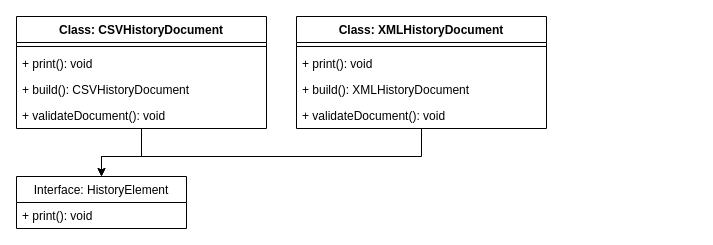
The draw.io diagram page "OCP-2" (5 of 15) of file/ASE_Diagramme.drawio in Nilsksk/Costtracker, before the edit. Source tidied: cells renumbered, new cells numbered last; positions are measured from the earlier drawing's top-left corner, leaving out a move shared by most shapes. Both pictures are drawn from the tidied source at 100%, with x=0, y=0 at pixel (16, 16).
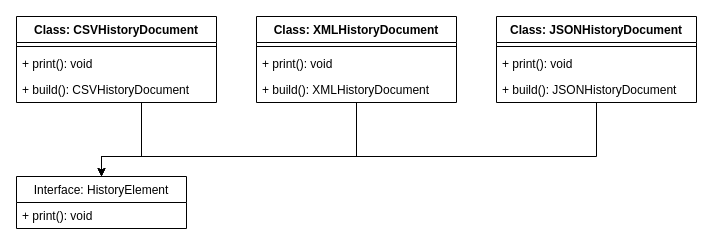
The same page after the edit.

The change refers to these unchanged cells:
```xml
<mxCell id="8" value="Interface: HistoryElement" style="swimlane;fontStyle=0;horizontal=1;startSize=26;fillColor=none;" parent="1" vertex="1">
  <mxGeometry y="160" width="170" height="52" as="geometry" />
</mxCell>
```

What changed in the source:
```diff
@@
     <mxCell id="3" value="Class: CSVHistoryDocument" style="swimlane;fontStyle=1;align=center;verticalAlign=top;horizontal=1;startSize=26;" parent="1" vertex="1">
-      <mxGeometry width="250" height="112" as="geometry" />
+      <mxGeometry width="200" height="86" as="geometry" />
     </mxCell>
     <mxCell id="4" style="line;strokeWidth=1;fillColor=none;align=left;verticalAlign=middle;spacingTop=-1;spacingLeft=3;spacingRight=3;labelPosition=right;" parent="3" vertex="1">
-      <mxGeometry y="26" width="250" height="8" as="geometry" />
+      <mxGeometry y="26" width="200" height="8" as="geometry" />
     </mxCell>
     <mxCell id="5" value="+ print(): void" style="text;strokeColor=none;fillColor=none;align=left;verticalAlign=top;spacingLeft=4;spacingRight=4;overflow=hidden;" parent="3" vertex="1">
-      <mxGeometry y="34" width="250" height="26" as="geometry" />
+      <mxGeometry y="34" width="200" height="26" as="geometry" />
     </mxCell>
     <mxCell id="6" value="+ build(): CSVHistoryDocument" style="text;strokeColor=none;fillColor=none;align=left;verticalAlign=top;spacingLeft=4;spacingRight=4;overflow=hidden;" parent="3" vertex="1">
-      <mxGeometry y="60" width="250" height="26" as="geometry" />
+      <mxGeometry y="60" width="200" height="26" as="geometry" />
     </mxCell>
-    <mxCell id="7" value="+ validateDocument(): void" style="text;strokeColor=none;fillColor=none;align=left;verticalAlign=top;spacingLeft=4;spacingRight=4;overflow=hidden;" parent="3" vertex="1">
-      <mxGeometry y="86" width="250" height="26" as="geometry" />
-    </mxCell>
@@
     <mxCell id="10" style="edgeStyle=orthogonalEdgeStyle;rounded=0;jettySize=auto;html=1;entryX=0.5;entryY=0;entryDx=0;entryDy=0;" parent="1" edge="1" source="11" target="8">
       <mxGeometry relative="1" as="geometry">
         <Array as="points">
-          <mxPoint x="405" y="140" />
+          <mxPoint x="340" y="140" />
           <mxPoint x="85" y="140" />
         </Array>
       </mxGeometry>
     </mxCell>
     <mxCell id="11" value="Class: XMLHistoryDocument" style="swimlane;fontStyle=1;align=center;verticalAlign=top;horizontal=1;startSize=26;" parent="1" vertex="1">
-      <mxGeometry x="280" width="250" height="112" as="geometry" />
+      <mxGeometry x="240" width="200" height="86" as="geometry" />
     </mxCell>
     <mxCell id="12" style="line;strokeWidth=1;fillColor=none;align=left;verticalAlign=middle;spacingTop=-1;spacingLeft=3;spacingRight=3;labelPosition=right;" parent="11" vertex="1">
-      <mxGeometry y="26" width="250" height="8" as="geometry" />
+      <mxGeometry y="26" width="200" height="8" as="geometry" />
     </mxCell>
     <mxCell id="13" value="+ print(): void" style="text;strokeColor=none;fillColor=none;align=left;verticalAlign=top;spacingLeft=4;spacingRight=4;overflow=hidden;" parent="11" vertex="1">
-      <mxGeometry y="34" width="250" height="26" as="geometry" />
+      <mxGeometry y="34" width="200" height="26" as="geometry" />
     </mxCell>
     <mxCell id="14" value="+ build(): XMLHistoryDocument" style="text;strokeColor=none;fillColor=none;align=left;verticalAlign=top;spacingLeft=4;spacingRight=4;overflow=hidden;" parent="11" vertex="1">
-      <mxGeometry y="60" width="250" height="26" as="geometry" />
+      <mxGeometry y="60" width="200" height="26" as="geometry" />
     </mxCell>
-    <mxCell id="15" value="+ validateDocument(): void" style="text;strokeColor=none;fillColor=none;align=left;verticalAlign=top;spacingLeft=4;spacingRight=4;overflow=hidden;" parent="11" vertex="1">
-      <mxGeometry y="86" width="250" height="26" as="geometry" />
-    </mxCell>
+    <mxCell id="16" style="edgeStyle=orthogonalEdgeStyle;rounded=0;jettySize=auto;html=1;entryX=0.5;entryY=0;entryDx=0;entryDy=0;" parent="1" edge="1" source="17" target="8">
+      <mxGeometry relative="1" as="geometry">
+        <Array as="points">
+          <mxPoint x="580" y="140" />
+          <mxPoint x="85" y="140" />
+        </Array>
+      </mxGeometry>
+    </mxCell>
+    <mxCell id="17" value="Class: JSONHistoryDocument" style="swimlane;fontStyle=1;align=center;verticalAlign=top;horizontal=1;startSize=26;" parent="1" vertex="1">
+      <mxGeometry x="480" width="200" height="86" as="geometry" />
+    </mxCell>
+    <mxCell id="18" style="line;strokeWidth=1;fillColor=none;align=left;verticalAlign=middle;spacingTop=-1;spacingLeft=3;spacingRight=3;labelPosition=right;" parent="17" vertex="1">
+      <mxGeometry y="26" width="200" height="8" as="geometry" />
+    </mxCell>
+    <mxCell id="19" value="+ print(): void" style="text;strokeColor=none;fillColor=none;align=left;verticalAlign=top;spacingLeft=4;spacingRight=4;overflow=hidden;" parent="17" vertex="1">
+      <mxGeometry y="34" width="200" height="26" as="geometry" />
+    </mxCell>
+    <mxCell id="20" value="+ build(): JSONHistoryDocument" style="text;strokeColor=none;fillColor=none;align=left;verticalAlign=top;spacingLeft=4;spacingRight=4;overflow=hidden;" parent="17" vertex="1">
+      <mxGeometry y="60" width="200" height="26" as="geometry" />
+    </mxCell>
```
